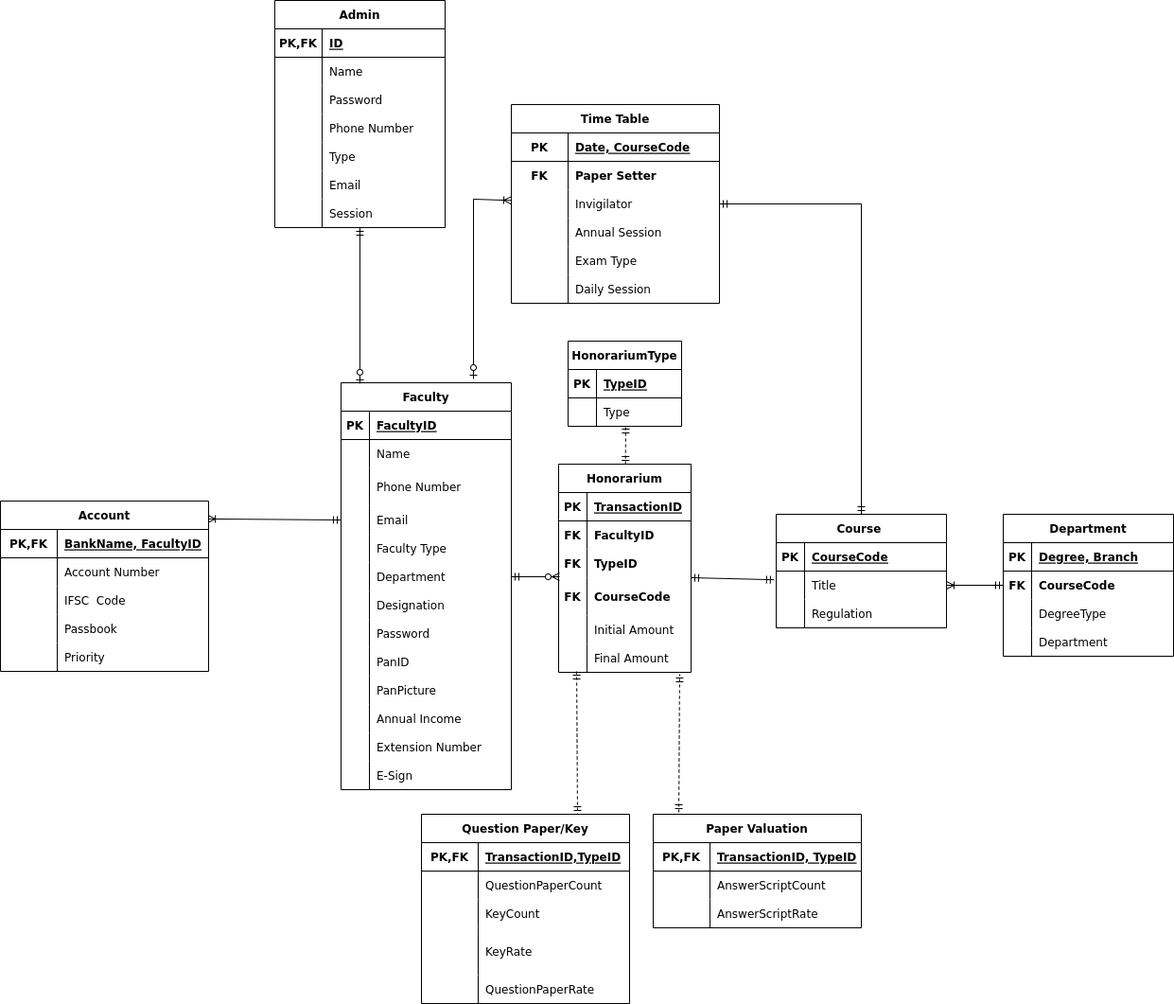
Before: ERD.drawio.png, a diagram exported from draw.io (anbu2002/aukdc-dom). Source tidied: cells renumbered, new cells last; positions are measured from the earlier drawing's top-left corner, leaving out a move shared by most shapes.
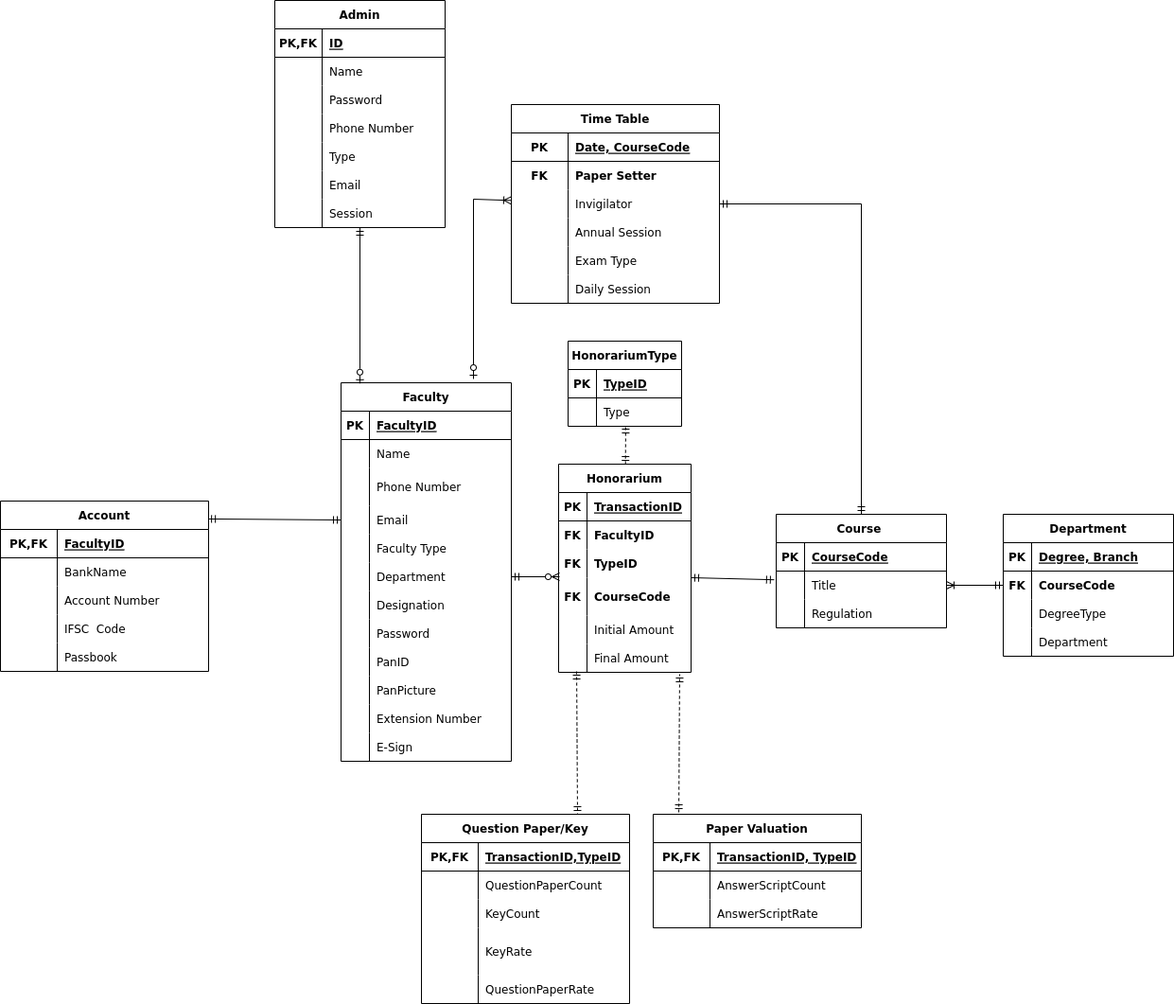
Later version of the same file.

What changed in the source:
```diff
@@ -2,11 +2,11 @@
   <root>
     <mxCell id="0" />
     <mxCell id="1" parent="0" />
-    <mxCell id="2" style="edgeStyle=none;rounded=0;jettySize=auto;html=1;entryX=0.996;entryY=0.105;entryDx=0;entryDy=0;entryPerimeter=0;startArrow=ERmandOne;startFill=0;endArrow=ERoneToMany;endFill=0;exitX=0;exitY=0.5;exitDx=0;exitDy=0;" parent="1" edge="1" source="13" target="48">
+    <mxCell id="2" style="edgeStyle=none;rounded=0;jettySize=auto;html=1;entryX=0.996;entryY=0.105;entryDx=0;entryDy=0;entryPerimeter=0;startArrow=ERmandOne;startFill=0;endArrow=ERmandOne;endFill=0;exitX=0;exitY=0.5;exitDx=0;exitDy=0;" parent="1" edge="1" source="13" target="48">
       <mxGeometry relative="1" as="geometry" />
     </mxCell>
     <mxCell id="3" value="Faculty" style="shape=table;startSize=30;rowLines=0;fontStyle=1;align=center;" parent="1" vertex="1">
-      <mxGeometry x="360" y="404" width="180" height="430" as="geometry" />
+      <mxGeometry x="360" y="404" width="180" height="400" as="geometry" />
     </mxCell>
     <mxCell id="4" style="shape=tableRow;horizontal=0;startSize=0;swimlaneHead=0;swimlaneBody=0;fillColor=none;top=0;left=0;right=0;bottom=1;" parent="3" vertex="1">
       <mxGeometry y="30" width="180" height="30" as="geometry" />
@@ -98,17 +98,8 @@
     <mxCell id="33" value="PanPicture" style="shape=partialRectangle;fillColor=none;top=0;left=0;bottom=0;right=0;align=left;spacingLeft=6;overflow=hidden;" parent="31" vertex="1">
       <mxGeometry x="30" width="150" height="30" as="geometry" />
     </mxCell>
-    <mxCell id="34" style="shape=tableRow;horizontal=0;startSize=0;swimlaneHead=0;swimlaneBody=0;fillColor=none;top=0;left=0;right=0;bottom=0;" parent="3" vertex="1">
-      <mxGeometry y="340" width="180" height="30" as="geometry" />
-    </mxCell>
-    <mxCell id="35" style="shape=partialRectangle;fillColor=none;top=0;left=0;bottom=0;right=0;overflow=hidden;" parent="34" vertex="1">
-      <mxGeometry width="30" height="30" as="geometry" />
-    </mxCell>
-    <mxCell id="36" value="Annual Income" style="shape=partialRectangle;fillColor=none;top=0;left=0;bottom=0;right=0;align=left;spacingLeft=6;overflow=hidden;" parent="34" vertex="1">
-      <mxGeometry x="30" width="150" height="30" as="geometry" />
-    </mxCell>
     <mxCell id="37" style="shape=tableRow;horizontal=0;startSize=0;swimlaneHead=0;swimlaneBody=0;fillColor=none;top=0;left=0;right=0;bottom=0;" parent="3" vertex="1">
-      <mxGeometry y="370" width="180" height="30" as="geometry" />
+      <mxGeometry y="340" width="180" height="30" as="geometry" />
     </mxCell>
     <mxCell id="38" style="shape=partialRectangle;fillColor=none;top=0;left=0;bottom=0;right=0;overflow=hidden;" parent="37" vertex="1">
       <mxGeometry width="30" height="30" as="geometry" />
@@ -117,7 +108,7 @@
       <mxGeometry x="30" width="150" height="30" as="geometry" />
     </mxCell>
     <mxCell id="40" style="shape=tableRow;horizontal=0;startSize=0;swimlaneHead=0;swimlaneBody=0;fillColor=none;top=0;left=0;right=0;bottom=0;" parent="3" vertex="1">
-      <mxGeometry y="400" width="180" height="30" as="geometry" />
+      <mxGeometry y="370" width="180" height="30" as="geometry" />
     </mxCell>
     <mxCell id="41" style="shape=partialRectangle;fillColor=none;top=0;left=0;bottom=0;right=0;overflow=hidden;" parent="40" vertex="1">
       <mxGeometry width="30" height="30" as="geometry" />
@@ -149,7 +140,7 @@
     <mxCell id="50" value="PK,FK" style="shape=partialRectangle;fillColor=none;top=0;left=0;bottom=0;right=0;fontStyle=1;overflow=hidden;" parent="49" vertex="1">
       <mxGeometry width="60" height="30" as="geometry" />
     </mxCell>
-    <mxCell id="51" value="BankName, FacultyID" style="shape=partialRectangle;fillColor=none;top=0;left=0;bottom=0;right=0;align=left;spacingLeft=6;fontStyle=5;overflow=hidden;" parent="49" vertex="1">
+    <mxCell id="51" value="FacultyID" style="shape=partialRectangle;fillColor=none;top=0;left=0;bottom=0;right=0;align=left;spacingLeft=6;fontStyle=5;overflow=hidden;" parent="49" vertex="1">
       <mxGeometry x="60" width="160" height="30" as="geometry" />
     </mxCell>
     <mxCell id="52" style="shape=tableRow;horizontal=0;startSize=0;swimlaneHead=0;swimlaneBody=0;fillColor=none;top=0;left=0;right=0;bottom=0;" parent="48" vertex="1">
@@ -158,11 +149,20 @@
     <mxCell id="53" style="shape=partialRectangle;fillColor=none;top=0;left=0;bottom=0;right=0;overflow=hidden;" parent="52" vertex="1">
       <mxGeometry width="60" height="30" as="geometry" />
     </mxCell>
-    <mxCell id="54" value="Account Number" style="shape=partialRectangle;fillColor=none;top=0;left=0;bottom=0;right=0;align=left;spacingLeft=6;overflow=hidden;" parent="52" vertex="1">
+    <mxCell id="54" value="BankName" style="shape=partialRectangle;fillColor=none;top=0;left=0;bottom=0;right=0;align=left;spacingLeft=6;overflow=hidden;" parent="52" vertex="1">
       <mxGeometry x="60" width="160" height="30" as="geometry" />
     </mxCell>
+    <mxCell id="188" style="shape=tableRow;horizontal=0;startSize=0;swimlaneHead=0;swimlaneBody=0;fillColor=none;top=0;left=0;right=0;bottom=0;" parent="48" vertex="1">
+      <mxGeometry y="90" width="220" height="30" as="geometry" />
+    </mxCell>
+    <mxCell id="62" style="shape=partialRectangle;fillColor=none;top=0;left=0;bottom=0;right=0;overflow=hidden;" parent="188" vertex="1">
+      <mxGeometry width="60" height="30" as="geometry" />
+    </mxCell>
+    <mxCell id="189" value="Account Number" style="shape=partialRectangle;fillColor=none;top=0;left=0;bottom=0;right=0;align=left;spacingLeft=6;overflow=hidden;" parent="188" vertex="1">
+      <mxGeometry x="60" width="160" height="30" as="geometry" />
+    </mxCell>
     <mxCell id="55" style="shape=tableRow;horizontal=0;startSize=0;swimlaneHead=0;swimlaneBody=0;fillColor=none;top=0;left=0;right=0;bottom=0;" parent="48" vertex="1">
-      <mxGeometry y="90" width="220" height="30" as="geometry" />
+      <mxGeometry y="120" width="220" height="30" as="geometry" />
     </mxCell>
     <mxCell id="56" style="shape=partialRectangle;fillColor=none;top=0;left=0;bottom=0;right=0;overflow=hidden;" parent="55" vertex="1">
       <mxGeometry width="60" height="30" as="geometry" />
@@ -171,7 +171,7 @@
       <mxGeometry x="60" width="160" height="30" as="geometry" />
     </mxCell>
     <mxCell id="58" style="shape=tableRow;horizontal=0;startSize=0;swimlaneHead=0;swimlaneBody=0;fillColor=none;top=0;left=0;right=0;bottom=0;" parent="48" vertex="1">
-      <mxGeometry y="120" width="220" height="30" as="geometry" />
+      <mxGeometry y="150" width="220" height="30" as="geometry" />
     </mxCell>
     <mxCell id="59" style="shape=partialRectangle;fillColor=none;top=0;left=0;bottom=0;right=0;overflow=hidden;" parent="58" vertex="1">
       <mxGeometry width="60" height="30" as="geometry" />
@@ -179,15 +179,6 @@
     <mxCell id="60" value="Passbook" style="shape=partialRectangle;fillColor=none;top=0;left=0;bottom=0;right=0;align=left;spacingLeft=6;overflow=hidden;" parent="58" vertex="1">
       <mxGeometry x="60" width="160" height="30" as="geometry" />
     </mxCell>
-    <mxCell id="61" style="shape=tableRow;horizontal=0;startSize=0;swimlaneHead=0;swimlaneBody=0;fillColor=none;top=0;left=0;right=0;bottom=0;" parent="48" vertex="1">
-      <mxGeometry y="150" width="220" height="30" as="geometry" />
-    </mxCell>
-    <mxCell id="62" style="shape=partialRectangle;fillColor=none;top=0;left=0;bottom=0;right=0;overflow=hidden;" parent="61" vertex="1">
-      <mxGeometry width="60" height="30" as="geometry" />
-    </mxCell>
-    <mxCell id="63" value="Priority" style="shape=partialRectangle;fillColor=none;top=0;left=0;bottom=0;right=0;align=left;spacingLeft=6;overflow=hidden;" parent="61" vertex="1">
-      <mxGeometry x="60" width="160" height="30" as="geometry" />
-    </mxCell>
     <mxCell id="64" style="edgeStyle=none;rounded=0;jettySize=auto;html=1;entryX=-0.012;entryY=0.306;entryDx=0;entryDy=0;entryPerimeter=0;startArrow=ERmandOne;startFill=0;endArrow=ERmandOne;endFill=0;exitX=1;exitY=0;exitDx=0;exitDy=0;exitPerimeter=0;" parent="1" edge="1" source="76" target="123">
       <mxGeometry relative="1" as="geometry" />
     </mxCell>
```
